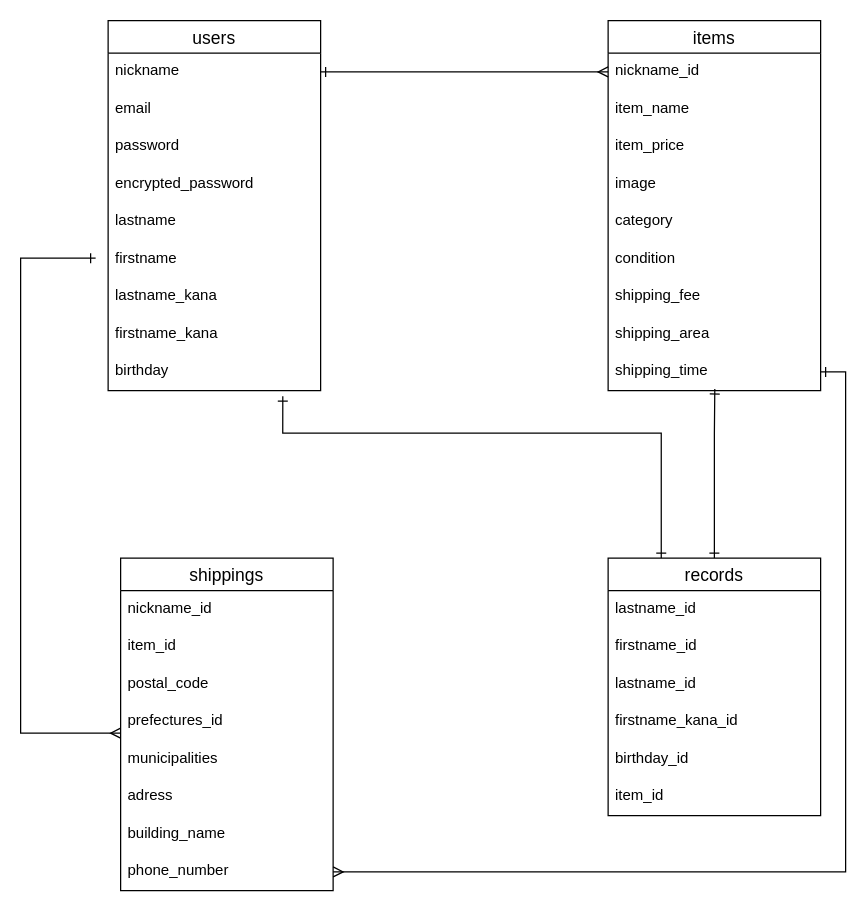
Before: ER.dio in yuma4831/furima-32337, a draw.io diagram. Source tidied: cells renumbered, new cells numbered last; positions are measured from the earlier drawing's top-left corner, leaving out a move shared by most shapes. Both pictures are drawn from the tidied source at 125%, with x=0, y=0 at pixel (20, 20).
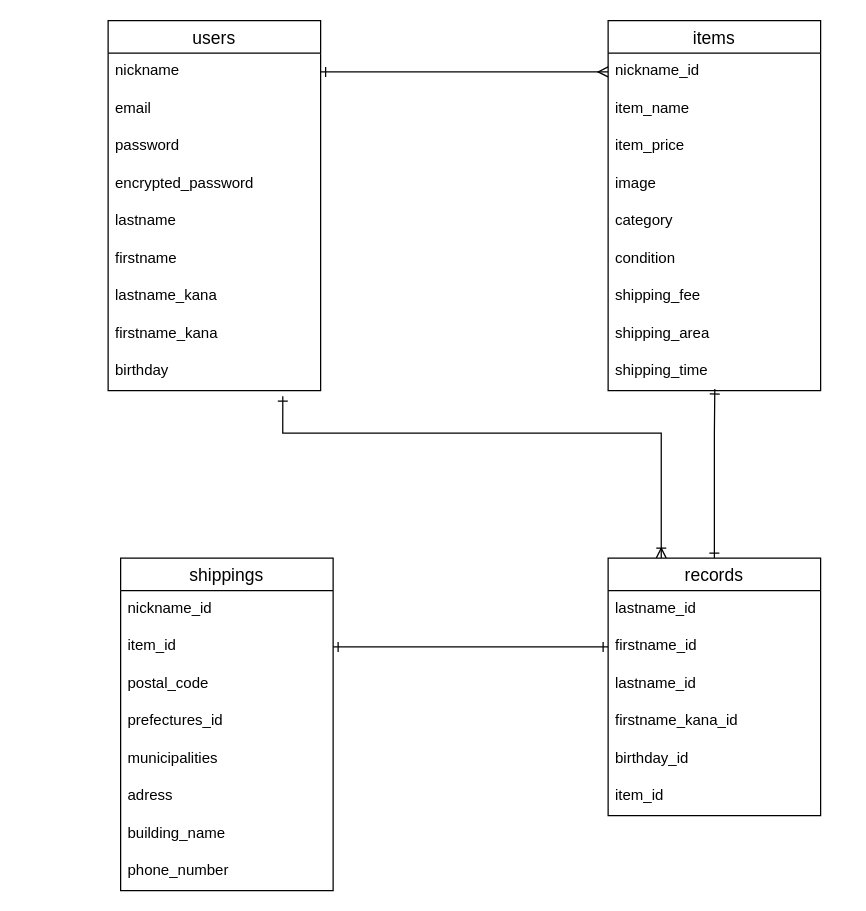
The same diagram, later.

Commit message (it also covers changes not shown here):
アソシエーションの修正

The change refers to these unchanged cells:
```xml
<mxCell id="11" value="birthday" style="text;strokeColor=none;fillColor=none;spacingLeft=4;spacingRight=4;overflow=hidden;points=[[0,0.5],[1,0.5]];portConstraint=eastwest;fontSize=12;" parent="2" vertex="1">
  <mxGeometry y="266" width="170" height="30" as="geometry" />
</mxCell>
<mxCell id="21" value="shipping_time" style="text;strokeColor=none;fillColor=none;spacingLeft=4;spacingRight=4;overflow=hidden;points=[[0,0.5],[1,0.5]];portConstraint=eastwest;fontSize=12;" parent="12" vertex="1">
  <mxGeometry y="266" width="170" height="30" as="geometry" />
</mxCell>
<mxCell id="24" value="item_id" style="text;strokeColor=none;fillColor=none;spacingLeft=4;spacingRight=4;overflow=hidden;points=[[0,0.5],[1,0.5]];portConstraint=eastwest;fontSize=12;" parent="22" vertex="1">
  <mxGeometry y="56" width="170" height="30" as="geometry" />
</mxCell>
<mxCell id="30" value="phone_number" style="text;strokeColor=none;fillColor=none;spacingLeft=4;spacingRight=4;overflow=hidden;points=[[0,0.5],[1,0.5]];portConstraint=eastwest;fontSize=12;" parent="22" vertex="1">
  <mxGeometry y="236" width="170" height="30" as="geometry" />
</mxCell>
<mxCell id="36" value="records" style="swimlane;fontStyle=0;horizontal=1;startSize=26;align=center;fontSize=14;" parent="1" vertex="1">
  <mxGeometry x="470" y="430" width="170" height="206" as="geometry" />
</mxCell>
<mxCell id="38" value="firstname_id" style="text;strokeColor=none;fillColor=none;spacingLeft=4;spacingRight=4;overflow=hidden;points=[[0,0.5],[1,0.5]];portConstraint=eastwest;fontSize=12;" parent="36" vertex="1">
  <mxGeometry y="56" width="170" height="30" as="geometry" />
</mxCell>
```

Change to the diagram source:
```diff
@@
-    <mxCell id="32" style="edgeStyle=orthogonalEdgeStyle;rounded=0;jettySize=auto;html=1;exitX=1;exitY=0.5;exitDx=0;exitDy=0;startArrow=ERone;startFill=0;endArrow=ERmany;endFill=0;entryX=1;entryY=0.5;entryDx=0;entryDy=0;" parent="1" edge="1" source="21" target="30">
-      <mxGeometry relative="1" as="geometry">
-        <Array as="points">
-          <mxPoint x="660" y="281" />
-          <mxPoint x="660" y="681" />
-        </Array>
-      </mxGeometry>
-    </mxCell>
-    <mxCell id="33" style="edgeStyle=orthogonalEdgeStyle;rounded=0;orthogonalLoop=1;jettySize=auto;html=1;startArrow=ERone;startFill=0;endArrow=ERmany;endFill=0;" parent="1" edge="1">
-      <mxGeometry relative="1" as="geometry">
-        <mxPoint x="60" y="190" as="sourcePoint" />
-        <mxPoint x="80" y="570" as="targetPoint" />
-        <Array as="points">
-          <mxPoint y="190" />
-          <mxPoint y="570" />
-          <mxPoint x="80" y="570" />
-        </Array>
-      </mxGeometry>
-    </mxCell>
@@
-    <mxCell id="35" style="edgeStyle=orthogonalEdgeStyle;rounded=0;jettySize=auto;html=1;exitX=0.25;exitY=0;exitDx=0;exitDy=0;entryX=0.822;entryY=1.148;entryDx=0;entryDy=0;startArrow=ERone;startFill=0;endArrow=ERone;endFill=0;entryPerimeter=0;" parent="1" edge="1" source="36" target="11">
+    <mxCell id="35" style="edgeStyle=orthogonalEdgeStyle;rounded=0;jettySize=auto;html=1;exitX=0.25;exitY=0;exitDx=0;exitDy=0;entryX=0.822;entryY=1.148;entryDx=0;entryDy=0;startArrow=ERoneToMany;startFill=0;endArrow=ERone;endFill=0;entryPerimeter=0;" parent="1" edge="1" source="36" target="11">
       <mxGeometry relative="1" as="geometry">
         <Array as="points">
           <mxPoint x="512" y="330" />
           <mxPoint x="210" y="330" />
         </Array>
       </mxGeometry>
     </mxCell>
@@
+    <mxCell id="43" style="edgeStyle=orthogonalEdgeStyle;rounded=0;jettySize=auto;html=1;exitX=0;exitY=0.5;exitDx=0;exitDy=0;startArrow=ERone;startFill=0;endArrow=ERone;endFill=0;" parent="1" edge="1" source="38" target="24">
+      <mxGeometry relative="1" as="geometry" />
+    </mxCell>
```
